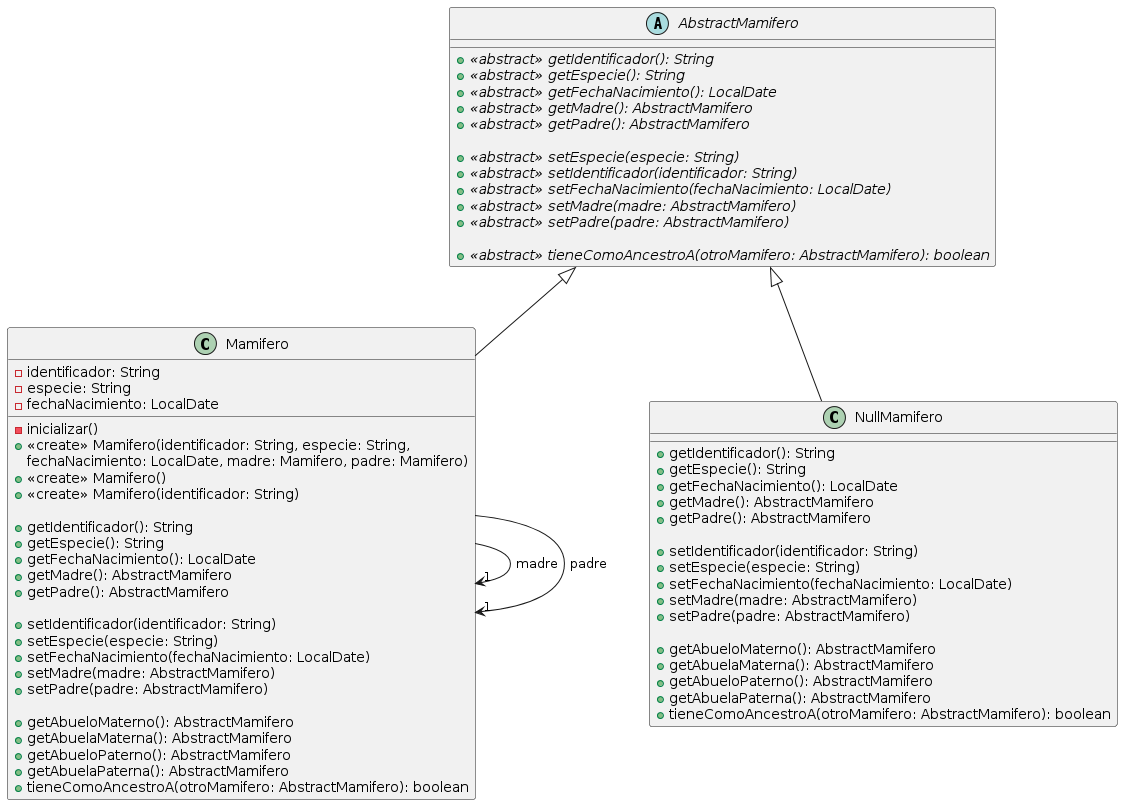
This is 1er_semestre/OO2/Practicas/Practica_resuelta/ejercicio21/UML.png from Pedro0604/3ro-LS-LI-APU, a PlantUML export, as it was before one commit. Source of this version:
```plantuml
@startuml
abstract class AbstractMamifero {
	+{abstract}<<abstract>> getIdentificador(): String
	+{abstract}<<abstract>> getEspecie(): String
	+{abstract}<<abstract>> getFechaNacimiento(): LocalDate
	+{abstract}<<abstract>> getMadre(): AbstractMamifero
	+{abstract}<<abstract>> getPadre(): AbstractMamifero

	+{abstract}<<abstract>> setEspecie(especie: String)
	+{abstract}<<abstract>> setIdentificador(identificador: String)
	+{abstract}<<abstract>> setFechaNacimiento(fechaNacimiento: LocalDate)
	+{abstract}<<abstract>> setMadre(madre: AbstractMamifero)
	+{abstract}<<abstract>> setPadre(padre: AbstractMamifero)

	+{abstract}<<abstract>> tieneComoAncestroA(otroMamifero: AbstractMamifero): boolean
}

class Mamifero extends AbstractMamifero {
	-identificador: String
	-especie: String
	-fechaNacimiento: LocalDate

	-inicializar()
	+<<create>> Mamifero(identificador: String, especie: String,
                             fechaNacimiento: LocalDate, madre: Mamifero, padre: Mamifero)
	+<<create>> Mamifero()
	+<<create>> Mamifero(identificador: String)

	+getIdentificador(): String
	+getEspecie(): String
	+getFechaNacimiento(): LocalDate
	+getMadre(): AbstractMamifero
	+getPadre(): AbstractMamifero

	+setIdentificador(identificador: String)
	+setEspecie(especie: String)
	+setFechaNacimiento(fechaNacimiento: LocalDate)
	+setMadre(madre: AbstractMamifero)
	+setPadre(padre: AbstractMamifero)

	+getAbueloMaterno(): AbstractMamifero
	+getAbuelaMaterna(): AbstractMamifero
	+getAbueloPaterno(): AbstractMamifero
	+getAbuelaPaterna(): AbstractMamifero
	+tieneComoAncestroA(otroMamifero: AbstractMamifero): boolean
}
Mamifero --> "1" Mamifero : madre
Mamifero --> "1" Mamifero : padre

class NullMamifero extends AbstractMamifero {
	+getIdentificador(): String
	+getEspecie(): String
	+getFechaNacimiento(): LocalDate
	+getMadre(): AbstractMamifero
	+getPadre(): AbstractMamifero

	+setIdentificador(identificador: String)
	+setEspecie(especie: String)
	+setFechaNacimiento(fechaNacimiento: LocalDate)
	+setMadre(madre: AbstractMamifero)
	+setPadre(padre: AbstractMamifero)

	+getAbueloMaterno(): AbstractMamifero
	+getAbuelaMaterna(): AbstractMamifero
	+getAbueloPaterno(): AbstractMamifero
	+getAbuelaPaterna(): AbstractMamifero
	+tieneComoAncestroA(otroMamifero: AbstractMamifero): boolean
}
@enduml
```
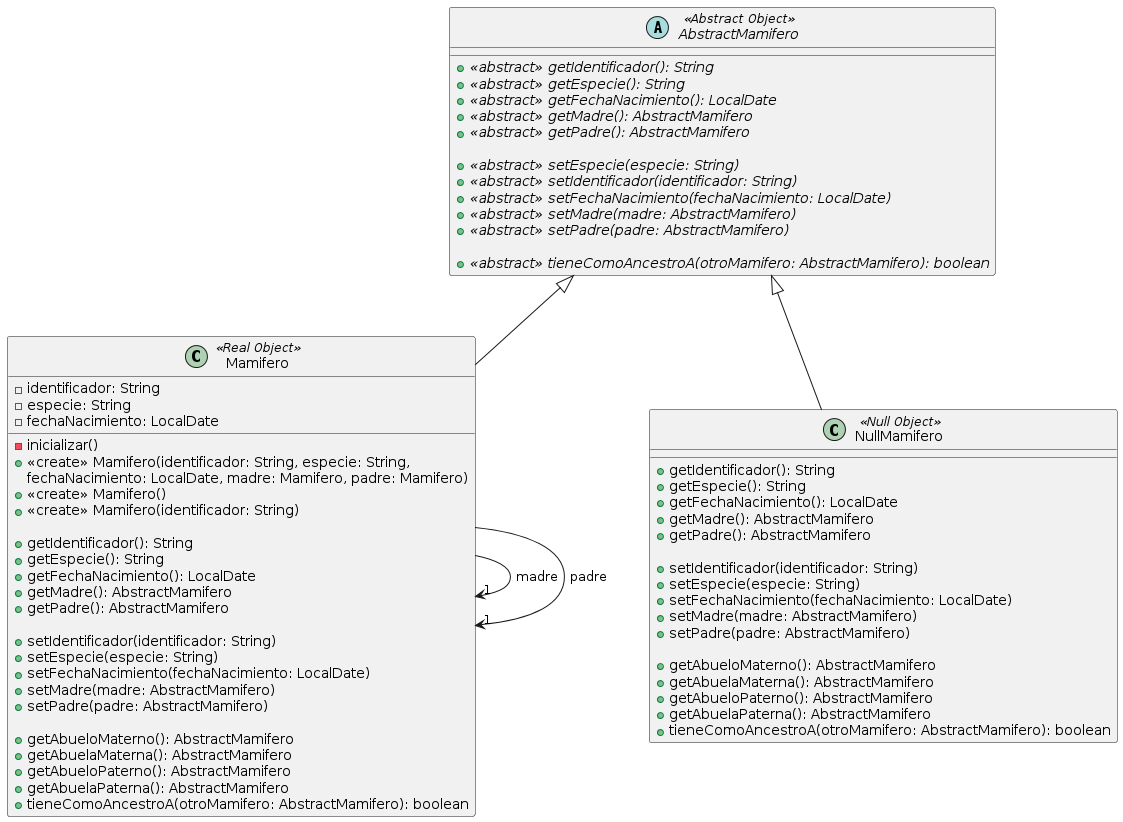
After the change.

What changed in the source:
```diff
@@ -1,5 +1,5 @@
 @startuml
-abstract class AbstractMamifero {
+abstract class AbstractMamifero <<Abstract Object>> {
 	+{abstract}<<abstract>> getIdentificador(): String
 	+{abstract}<<abstract>> getEspecie(): String
 	+{abstract}<<abstract>> getFechaNacimiento(): LocalDate
@@ -15,7 +15,7 @@
 	+{abstract}<<abstract>> tieneComoAncestroA(otroMamifero: AbstractMamifero): boolean
 }
 
-class Mamifero extends AbstractMamifero {
+class Mamifero <<Real Object>> extends AbstractMamifero {
 	-identificador: String
 	-especie: String
 	-fechaNacimiento: LocalDate
@@ -47,7 +47,7 @@
 Mamifero --> "1" Mamifero : madre
 Mamifero --> "1" Mamifero : padre
 
-class NullMamifero extends AbstractMamifero {
+class NullMamifero <<Null Object>> extends AbstractMamifero {
 	+getIdentificador(): String
 	+getEspecie(): String
 	+getFechaNacimiento(): LocalDate
```
